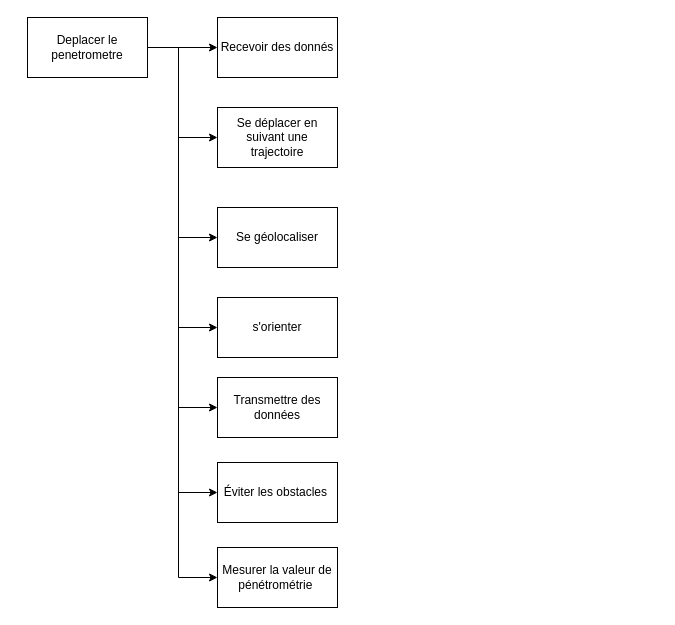
This is SYSML/Diagramme FAST ER.drawio from ToGen49/Hippodrome, a draw.io file, before an edit. Source tidied: cells renumbered, new cells numbered last; positions are measured from the earlier drawing's top-left corner, leaving out a move shared by most shapes. Both pictures are drawn from the tidied source at 100%, with x=0, y=0 at pixel (27, 17).
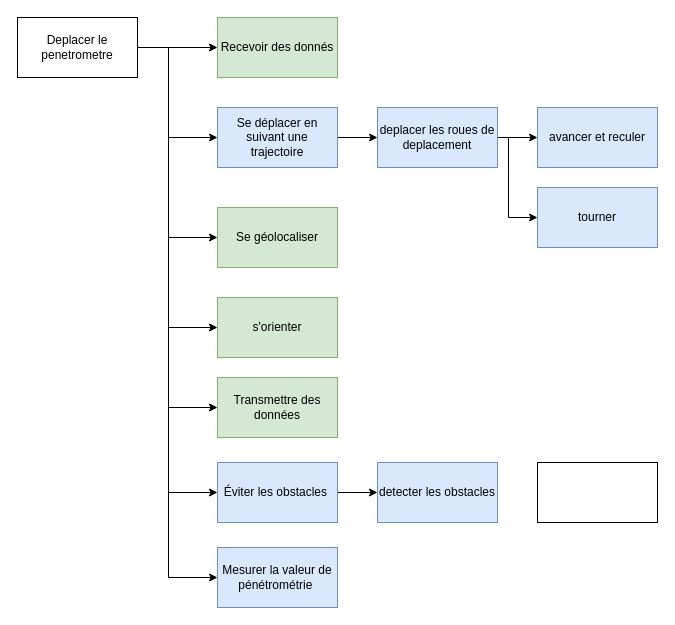
The same diagram, later.

Commit message:
Mettre à jour Diagramme FAST ER.drawio

Diff of the diagram source:
```diff
@@
     <mxCell id="3" style="edgeStyle=orthogonalEdgeStyle;rounded=0;jettySize=auto;html=1;exitX=1;exitY=0.5;exitDx=0;exitDy=0;entryX=0;entryY=0.5;entryDx=0;entryDy=0;" parent="1" edge="1" source="9" target="14">
       <mxGeometry relative="1" as="geometry">
         <Array as="points">
-          <mxPoint x="151" y="30" />
-          <mxPoint x="151" y="120" />
+          <mxPoint x="141" y="30" />
+          <mxPoint x="141" y="120" />
         </Array>
       </mxGeometry>
     </mxCell>
     <mxCell id="4" style="edgeStyle=orthogonalEdgeStyle;rounded=0;jettySize=auto;html=1;exitX=1;exitY=0.5;exitDx=0;exitDy=0;entryX=0;entryY=0.5;entryDx=0;entryDy=0;" parent="1" edge="1" source="9" target="11">
       <mxGeometry relative="1" as="geometry">
         <Array as="points">
-          <mxPoint x="151" y="30" />
-          <mxPoint x="151" y="220" />
+          <mxPoint x="141" y="30" />
+          <mxPoint x="141" y="220" />
         </Array>
       </mxGeometry>
     </mxCell>
     <mxCell id="5" style="edgeStyle=orthogonalEdgeStyle;rounded=0;jettySize=auto;html=1;exitX=1;exitY=0.5;exitDx=0;exitDy=0;entryX=0;entryY=0.5;entryDx=0;entryDy=0;" parent="1" edge="1" source="9" target="12">
       <mxGeometry relative="1" as="geometry">
         <Array as="points">
-          <mxPoint x="151" y="30" />
-          <mxPoint x="151" y="310" />
+          <mxPoint x="141" y="30" />
+          <mxPoint x="141" y="310" />
         </Array>
       </mxGeometry>
     </mxCell>
     <mxCell id="6" style="edgeStyle=orthogonalEdgeStyle;rounded=0;jettySize=auto;html=1;exitX=1;exitY=0.5;exitDx=0;exitDy=0;entryX=0;entryY=0.5;entryDx=0;entryDy=0;" parent="1" edge="1" source="9" target="13">
       <mxGeometry relative="1" as="geometry">
         <Array as="points">
-          <mxPoint x="151" y="30" />
-          <mxPoint x="151" y="390" />
+          <mxPoint x="141" y="30" />
+          <mxPoint x="141" y="390" />
         </Array>
       </mxGeometry>
     </mxCell>
     <mxCell id="7" style="edgeStyle=orthogonalEdgeStyle;rounded=0;jettySize=auto;html=1;exitX=1;exitY=0.5;exitDx=0;exitDy=0;entryX=0;entryY=0.5;entryDx=0;entryDy=0;" parent="1" edge="1" source="9" target="15">
       <mxGeometry relative="1" as="geometry">
         <Array as="points">
-          <mxPoint x="151" y="30" />
-          <mxPoint x="151" y="475" />
+          <mxPoint x="141" y="30" />
+          <mxPoint x="141" y="475" />
         </Array>
       </mxGeometry>
     </mxCell>
     <mxCell id="8" style="edgeStyle=orthogonalEdgeStyle;rounded=0;jettySize=auto;html=1;exitX=1;exitY=0.5;exitDx=0;exitDy=0;entryX=0;entryY=0.5;entryDx=0;entryDy=0;" parent="1" edge="1" source="9" target="16">
       <mxGeometry relative="1" as="geometry">
         <Array as="points">
-          <mxPoint x="151" y="30" />
-          <mxPoint x="151" y="560" />
+          <mxPoint x="141" y="30" />
+          <mxPoint x="141" y="560" />
         </Array>
       </mxGeometry>
     </mxCell>
     <mxCell id="9" value="Deplacer le penetrometre" style="rounded=0;whiteSpace=wrap;html=1;" parent="1" vertex="1">
-      <mxGeometry width="120" height="60" as="geometry" />
+      <mxGeometry x="-10" width="120" height="60" as="geometry" />
     </mxCell>
-    <mxCell id="10" value="Recevoir des donnés" style="rounded=0;whiteSpace=wrap;html=1;" parent="1" vertex="1">
+    <mxCell id="10" value="Recevoir des donnés" style="rounded=0;whiteSpace=wrap;html=1;fillColor=#d5e8d4;strokeColor=#82b366;" parent="1" vertex="1">
       <mxGeometry x="190" width="120" height="60" as="geometry" />
     </mxCell>
-    <mxCell id="11" value="Se géolocaliser" style="rounded=0;whiteSpace=wrap;html=1;" parent="1" vertex="1">
+    <mxCell id="11" value="Se géolocaliser" style="rounded=0;whiteSpace=wrap;html=1;fillColor=#d5e8d4;strokeColor=#82b366;" parent="1" vertex="1">
       <mxGeometry x="190" y="190" width="120" height="60" as="geometry" />
     </mxCell>
-    <mxCell id="12" value="s'orienter" style="rounded=0;whiteSpace=wrap;html=1;" parent="1" vertex="1">
+    <mxCell id="12" value="s'orienter" style="rounded=0;whiteSpace=wrap;html=1;fillColor=#d5e8d4;strokeColor=#82b366;" parent="1" vertex="1">
       <mxGeometry x="190" y="280" width="120" height="60" as="geometry" />
     </mxCell>
-    <mxCell id="13" value="Transmettre des données" style="rounded=0;whiteSpace=wrap;html=1;" parent="1" vertex="1">
+    <mxCell id="13" value="Transmettre des données" style="rounded=0;whiteSpace=wrap;html=1;fillColor=#d5e8d4;strokeColor=#82b366;" parent="1" vertex="1">
       <mxGeometry x="190" y="360" width="120" height="60" as="geometry" />
     </mxCell>
+    <mxCell id="17" style="edgeStyle=orthogonalEdgeStyle;rounded=0;jettySize=auto;html=1;exitX=1;exitY=0.5;exitDx=0;exitDy=0;entryX=0;entryY=0.5;entryDx=0;entryDy=0;" parent="1" edge="1" source="14" target="21">
+      <mxGeometry relative="1" as="geometry" />
+    </mxCell>
-    <mxCell id="14" value="Se déplacer en suivant une&lt;br/&gt;trajectoire" style="rounded=0;whiteSpace=wrap;html=1;" parent="1" vertex="1">
+    <mxCell id="14" value="Se déplacer en suivant une&lt;br/&gt;trajectoire" style="rounded=0;whiteSpace=wrap;html=1;fillColor=#dae8fc;strokeColor=#6c8ebf;" parent="1" vertex="1">
       <mxGeometry x="190" y="90" width="120" height="60" as="geometry" />
     </mxCell>
+    <mxCell id="18" style="edgeStyle=orthogonalEdgeStyle;rounded=0;jettySize=auto;html=1;exitX=1;exitY=0.5;exitDx=0;exitDy=0;entryX=0;entryY=0.5;entryDx=0;entryDy=0;" parent="1" edge="1" source="15" target="22">
+      <mxGeometry relative="1" as="geometry" />
+    </mxCell>
-    <mxCell id="15" value="Éviter les obstacles&amp;nbsp;" style="rounded=0;whiteSpace=wrap;html=1;" parent="1" vertex="1">
+    <mxCell id="15" value="Éviter les obstacles&amp;nbsp;" style="rounded=0;whiteSpace=wrap;html=1;fillColor=#dae8fc;strokeColor=#6c8ebf;" parent="1" vertex="1">
       <mxGeometry x="190" y="445" width="120" height="60" as="geometry" />
     </mxCell>
-    <mxCell id="16" value="Mesurer la valeur de&lt;br/&gt;pénétrométrie&amp;nbsp;" style="rounded=0;whiteSpace=wrap;html=1;" parent="1" vertex="1">
+    <mxCell id="16" value="Mesurer la valeur de&lt;br/&gt;pénétrométrie&amp;nbsp;" style="rounded=0;whiteSpace=wrap;html=1;fillColor=#dae8fc;strokeColor=#6c8ebf;" parent="1" vertex="1">
       <mxGeometry x="190" y="530" width="120" height="60" as="geometry" />
     </mxCell>
+    <mxCell id="19" style="edgeStyle=orthogonalEdgeStyle;rounded=0;jettySize=auto;html=1;exitX=1;exitY=0.5;exitDx=0;exitDy=0;entryX=0;entryY=0.5;entryDx=0;entryDy=0;" parent="1" edge="1" source="21" target="23">
+      <mxGeometry relative="1" as="geometry" />
+    </mxCell>
+    <mxCell id="20" style="edgeStyle=orthogonalEdgeStyle;rounded=0;jettySize=auto;html=1;exitX=1;exitY=0.5;exitDx=0;exitDy=0;entryX=0;entryY=0.5;entryDx=0;entryDy=0;" parent="1" edge="1" source="21" target="24">
+      <mxGeometry relative="1" as="geometry">
+        <Array as="points">
+          <mxPoint x="481" y="120" />
+          <mxPoint x="481" y="200" />
+        </Array>
+      </mxGeometry>
+    </mxCell>
+    <mxCell id="21" value="deplacer les roues de deplacement" style="rounded=0;whiteSpace=wrap;html=1;fillColor=#dae8fc;strokeColor=#6c8ebf;" parent="1" vertex="1">
+      <mxGeometry x="350" y="90" width="120" height="60" as="geometry" />
+    </mxCell>
+    <mxCell id="22" value="detecter les obstacles" style="rounded=0;whiteSpace=wrap;html=1;fillColor=#dae8fc;strokeColor=#6c8ebf;" parent="1" vertex="1">
+      <mxGeometry x="350" y="445" width="120" height="60" as="geometry" />
+    </mxCell>
+    <mxCell id="23" value="avancer et reculer" style="rounded=0;whiteSpace=wrap;html=1;fillColor=#dae8fc;strokeColor=#6c8ebf;" parent="1" vertex="1">
+      <mxGeometry x="510" y="90" width="120" height="60" as="geometry" />
+    </mxCell>
+    <mxCell id="24" value="tourner" style="rounded=0;whiteSpace=wrap;html=1;fillColor=#dae8fc;strokeColor=#6c8ebf;" parent="1" vertex="1">
+      <mxGeometry x="510" y="170" width="120" height="60" as="geometry" />
+    </mxCell>
+    <mxCell id="25" style="rounded=0;whiteSpace=wrap;html=1;" parent="1" vertex="1">
+      <mxGeometry x="510" y="445" width="120" height="60" as="geometry" />
+    </mxCell>
```
